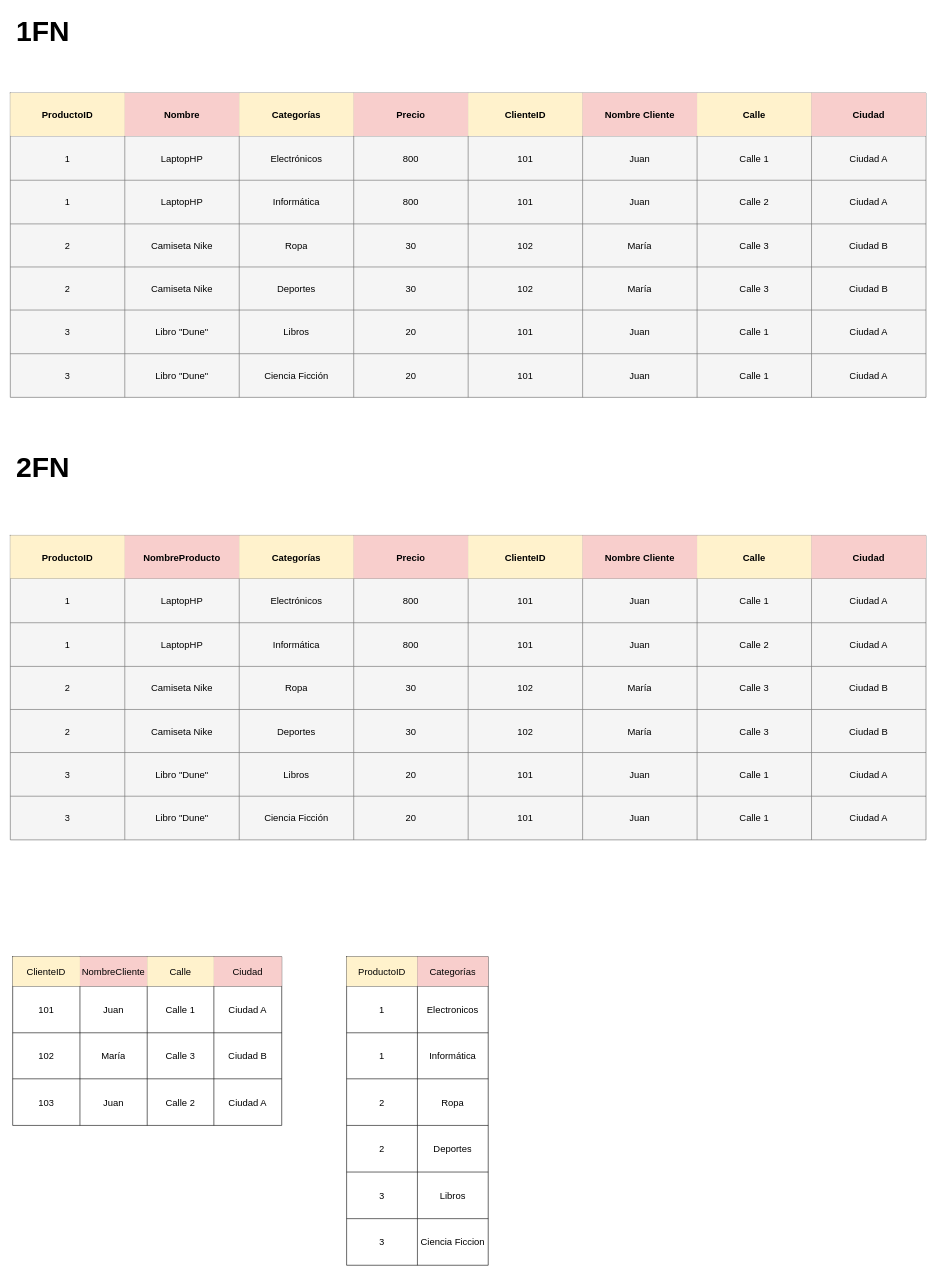
The draw.io diagram Unidad-4/Tarea-1/Tarea-1.drawio in jpprguezz/BAE, before the edit. Source tidied: cells renumbered, new cells numbered last; positions are measured from the earlier drawing's top-left corner, leaving out a move shared by most shapes. Both pictures are drawn from the tidied source at 59%, with x=0, y=0 at pixel (10, 10).
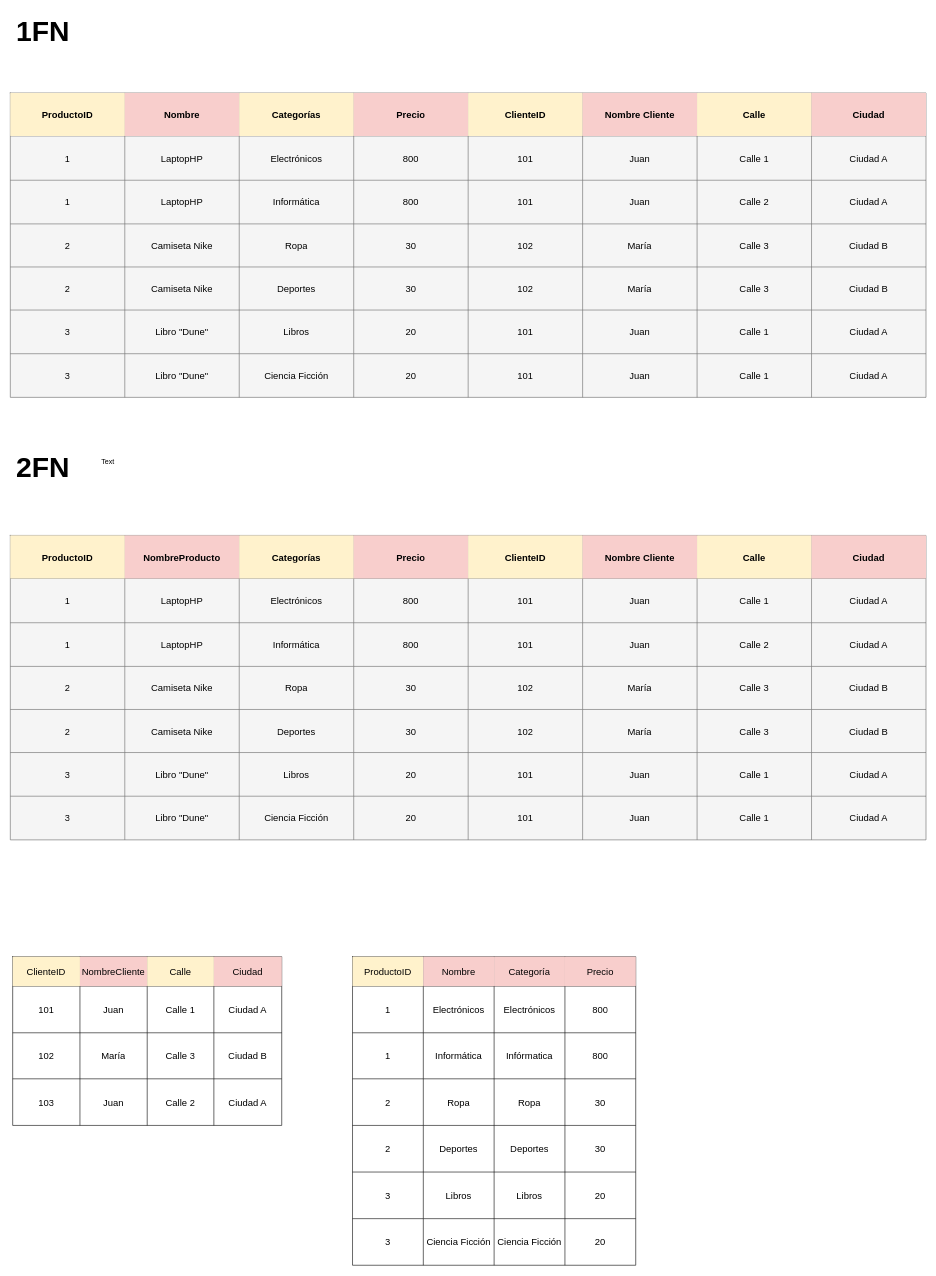
The same page after the edit.

Change to the diagram source:
```diff
@@
     <mxCell id="153" style="shape=table;startSize=0;childLayout=tableLayout;fontSize=16;" parent="1" vertex="1">
-      <mxGeometry x="570" y="1604" width="240" height="523" as="geometry" />
+      <mxGeometry x="580" y="1604" width="480" height="523" as="geometry" />
     </mxCell>
     <mxCell id="154" style="shape=tableRow;horizontal=0;startSize=0;swimlaneHead=0;swimlaneBody=0;strokeColor=inherit;top=0;left=0;bottom=0;right=0;fillColor=none;fontSize=16;" parent="153" vertex="1">
-      <mxGeometry width="240" height="50" as="geometry" />
+      <mxGeometry width="480" height="50" as="geometry" />
     </mxCell>
@@
-    <mxCell id="156" value="Categorías" style="shape=partialRectangle;html=1;whiteSpace=wrap;strokeColor=#b85450;overflow=hidden;fillColor=#f8cecc;top=0;left=0;bottom=0;right=0;fontSize=16;" parent="154" vertex="1">
-      <mxGeometry x="120" width="120" height="50" as="geometry" />
-    </mxCell>
+    <mxCell id="175" value="Nombre" style="shape=partialRectangle;html=1;whiteSpace=wrap;strokeColor=#b85450;overflow=hidden;fillColor=#f8cecc;top=0;left=0;bottom=0;right=0;fontSize=16;" parent="154" vertex="1">
+      <mxGeometry x="120" width="120" height="50" as="geometry" />
+    </mxCell>
+    <mxCell id="176" value="Categoría" style="shape=partialRectangle;html=1;whiteSpace=wrap;strokeColor=#b85450;overflow=hidden;fillColor=#f8cecc;top=0;left=0;bottom=0;right=0;fontSize=16;" parent="154" vertex="1">
+      <mxGeometry x="240" width="120" height="50" as="geometry" />
+    </mxCell>
+    <mxCell id="177" value="Precio" style="shape=partialRectangle;html=1;whiteSpace=wrap;strokeColor=#b85450;overflow=hidden;fillColor=#f8cecc;top=0;left=0;bottom=0;right=0;fontSize=16;" parent="154" vertex="1">
+      <mxGeometry x="360" width="120" height="50" as="geometry" />
+    </mxCell>
     <mxCell id="157" style="shape=tableRow;horizontal=0;startSize=0;swimlaneHead=0;swimlaneBody=0;strokeColor=inherit;top=0;left=0;bottom=0;right=0;fillColor=none;fontSize=16;" parent="153" vertex="1">
-      <mxGeometry y="50" width="240" height="79" as="geometry" />
+      <mxGeometry y="50" width="480" height="79" as="geometry" />
     </mxCell>
@@
-    <mxCell id="159" value="Electronicos" style="shape=partialRectangle;html=1;whiteSpace=wrap;strokeColor=inherit;overflow=hidden;fillColor=none;top=0;left=0;bottom=0;right=0;fontSize=16;" parent="157" vertex="1">
-      <mxGeometry x="120" width="120" height="79" as="geometry" />
-    </mxCell>
+    <mxCell id="178" value="Electrónicos" style="shape=partialRectangle;html=1;whiteSpace=wrap;strokeColor=inherit;overflow=hidden;fillColor=none;top=0;left=0;bottom=0;right=0;fontSize=16;" parent="157" vertex="1">
+      <mxGeometry x="120" width="120" height="79" as="geometry" />
+    </mxCell>
+    <mxCell id="179" value="Electrónicos" style="shape=partialRectangle;html=1;whiteSpace=wrap;strokeColor=inherit;overflow=hidden;fillColor=none;top=0;left=0;bottom=0;right=0;fontSize=16;" parent="157" vertex="1">
+      <mxGeometry x="240" width="120" height="79" as="geometry" />
+    </mxCell>
+    <mxCell id="180" value="800" style="shape=partialRectangle;html=1;whiteSpace=wrap;strokeColor=inherit;overflow=hidden;fillColor=none;top=0;left=0;bottom=0;right=0;fontSize=16;" parent="157" vertex="1">
+      <mxGeometry x="360" width="120" height="79" as="geometry" />
+    </mxCell>
     <mxCell id="160" style="shape=tableRow;horizontal=0;startSize=0;swimlaneHead=0;swimlaneBody=0;strokeColor=inherit;top=0;left=0;bottom=0;right=0;fillColor=none;fontSize=16;" parent="153" vertex="1">
-      <mxGeometry y="129" width="240" height="78" as="geometry" />
+      <mxGeometry y="129" width="480" height="78" as="geometry" />
     </mxCell>
@@
+    <mxCell id="181" value="Infórmatica" style="shape=partialRectangle;html=1;whiteSpace=wrap;strokeColor=inherit;overflow=hidden;fillColor=none;top=0;left=0;bottom=0;right=0;fontSize=16;" parent="160" vertex="1">
+      <mxGeometry x="240" width="120" height="78" as="geometry" />
+    </mxCell>
+    <mxCell id="182" value="800" style="shape=partialRectangle;html=1;whiteSpace=wrap;strokeColor=inherit;overflow=hidden;fillColor=none;top=0;left=0;bottom=0;right=0;fontSize=16;" parent="160" vertex="1">
+      <mxGeometry x="360" width="120" height="78" as="geometry" />
+    </mxCell>
     <mxCell id="163" style="shape=tableRow;horizontal=0;startSize=0;swimlaneHead=0;swimlaneBody=0;strokeColor=inherit;top=0;left=0;bottom=0;right=0;fillColor=none;fontSize=16;" parent="153" vertex="1">
-      <mxGeometry y="207" width="240" height="79" as="geometry" />
+      <mxGeometry y="207" width="480" height="79" as="geometry" />
     </mxCell>
@@
+    <mxCell id="183" value="Ropa" style="shape=partialRectangle;html=1;whiteSpace=wrap;strokeColor=inherit;overflow=hidden;fillColor=none;top=0;left=0;bottom=0;right=0;fontSize=16;" parent="163" vertex="1">
+      <mxGeometry x="240" width="120" height="79" as="geometry" />
+    </mxCell>
+    <mxCell id="184" value="30" style="shape=partialRectangle;html=1;whiteSpace=wrap;strokeColor=inherit;overflow=hidden;fillColor=none;top=0;left=0;bottom=0;right=0;fontSize=16;" parent="163" vertex="1">
+      <mxGeometry x="360" width="120" height="79" as="geometry" />
+    </mxCell>
     <mxCell id="166" style="shape=tableRow;horizontal=0;startSize=0;swimlaneHead=0;swimlaneBody=0;strokeColor=inherit;top=0;left=0;bottom=0;right=0;fillColor=none;fontSize=16;" parent="153" vertex="1">
-      <mxGeometry y="286" width="240" height="79" as="geometry" />
+      <mxGeometry y="286" width="480" height="79" as="geometry" />
     </mxCell>
@@
+    <mxCell id="185" value="Deportes" style="shape=partialRectangle;html=1;whiteSpace=wrap;strokeColor=inherit;overflow=hidden;fillColor=none;top=0;left=0;bottom=0;right=0;fontSize=16;" parent="166" vertex="1">
+      <mxGeometry x="240" width="120" height="79" as="geometry" />
+    </mxCell>
+    <mxCell id="186" value="30" style="shape=partialRectangle;html=1;whiteSpace=wrap;strokeColor=inherit;overflow=hidden;fillColor=none;top=0;left=0;bottom=0;right=0;fontSize=16;" parent="166" vertex="1">
+      <mxGeometry x="360" width="120" height="79" as="geometry" />
+    </mxCell>
     <mxCell id="169" style="shape=tableRow;horizontal=0;startSize=0;swimlaneHead=0;swimlaneBody=0;strokeColor=inherit;top=0;left=0;bottom=0;right=0;fillColor=none;fontSize=16;" parent="153" vertex="1">
-      <mxGeometry y="365" width="240" height="79" as="geometry" />
+      <mxGeometry y="365" width="480" height="79" as="geometry" />
     </mxCell>
@@
+    <mxCell id="187" value="Libros" style="shape=partialRectangle;html=1;whiteSpace=wrap;strokeColor=inherit;overflow=hidden;fillColor=none;top=0;left=0;bottom=0;right=0;fontSize=16;" parent="169" vertex="1">
+      <mxGeometry x="240" width="120" height="79" as="geometry" />
+    </mxCell>
+    <mxCell id="188" value="20" style="shape=partialRectangle;html=1;whiteSpace=wrap;strokeColor=inherit;overflow=hidden;fillColor=none;top=0;left=0;bottom=0;right=0;fontSize=16;" parent="169" vertex="1">
+      <mxGeometry x="360" width="120" height="79" as="geometry" />
+    </mxCell>
     <mxCell id="172" style="shape=tableRow;horizontal=0;startSize=0;swimlaneHead=0;swimlaneBody=0;strokeColor=inherit;top=0;left=0;bottom=0;right=0;fillColor=none;fontSize=16;" parent="153" vertex="1">
-      <mxGeometry y="444" width="240" height="79" as="geometry" />
+      <mxGeometry y="444" width="480" height="79" as="geometry" />
     </mxCell>
@@
-    <mxCell id="174" value="Ciencia Ficcion" style="shape=partialRectangle;html=1;whiteSpace=wrap;strokeColor=inherit;overflow=hidden;fillColor=none;top=0;left=0;bottom=0;right=0;fontSize=16;" parent="172" vertex="1">
-      <mxGeometry x="120" width="120" height="79" as="geometry" />
-    </mxCell>
+    <mxCell id="189" value="Ciencia Ficción" style="shape=partialRectangle;html=1;whiteSpace=wrap;strokeColor=inherit;overflow=hidden;fillColor=none;top=0;left=0;bottom=0;right=0;fontSize=16;" parent="172" vertex="1">
+      <mxGeometry x="120" width="120" height="79" as="geometry" />
+    </mxCell>
+    <mxCell id="190" value="Ciencia Ficción" style="shape=partialRectangle;html=1;whiteSpace=wrap;strokeColor=inherit;overflow=hidden;fillColor=none;top=0;left=0;bottom=0;right=0;fontSize=16;" parent="172" vertex="1">
+      <mxGeometry x="240" width="120" height="79" as="geometry" />
+    </mxCell>
+    <mxCell id="191" value="20" style="shape=partialRectangle;html=1;whiteSpace=wrap;strokeColor=inherit;overflow=hidden;fillColor=none;top=0;left=0;bottom=0;right=0;fontSize=16;" parent="172" vertex="1">
+      <mxGeometry x="360" width="120" height="79" as="geometry" />
+    </mxCell>
+    <mxCell id="192" value="Text" style="text;html=1;align=center;verticalAlign=middle;strokeColor=none;fillColor=none;" parent="1" vertex="1">
+      <mxGeometry x="140" y="750" width="50" height="30" as="geometry" />
+    </mxCell>
```
